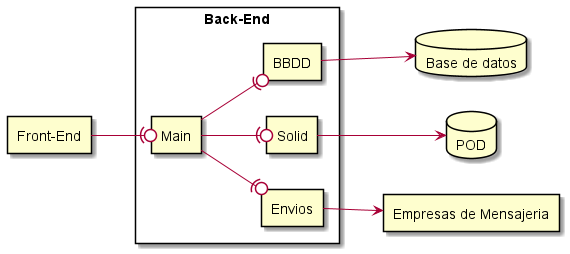
The PlantUML diagram docs/images/05_diagramaDetalleNivel2.png in uo270149/dede_es3a, before a commit. The source it was exported from:
```plantuml
@startuml
left to right direction

rectangle "Front-End" as FE

rectangle "Back-End" as BE{
	rectangle Main
	rectangle BBDD
	rectangle Solid
	rectangle Envios
}

database "Base de datos" as Base
database POD
rectangle "Empresas de Mensajeria" as EM
FE --(0 Main
Main --(0 BBDD
Main --(0 Solid
Main --(0 Envios

BBDD --> Base
Solid --> POD
Envios --> EM
@enduml
```
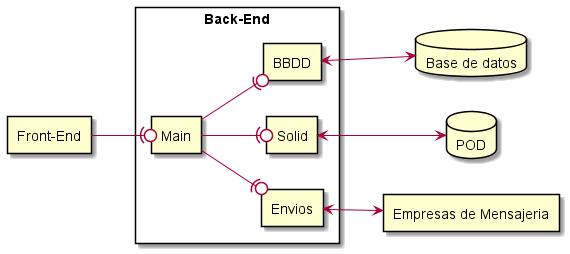
After the commit.

Diff of the diagram source:
```diff
@@ -18,7 +18,7 @@
 Main --(0 Solid
 Main --(0 Envios
 
-BBDD --> Base
-Solid --> POD
-Envios --> EM
+BBDD <--> Base
+Solid <--> POD
+Envios <--> EM
 @enduml
```
